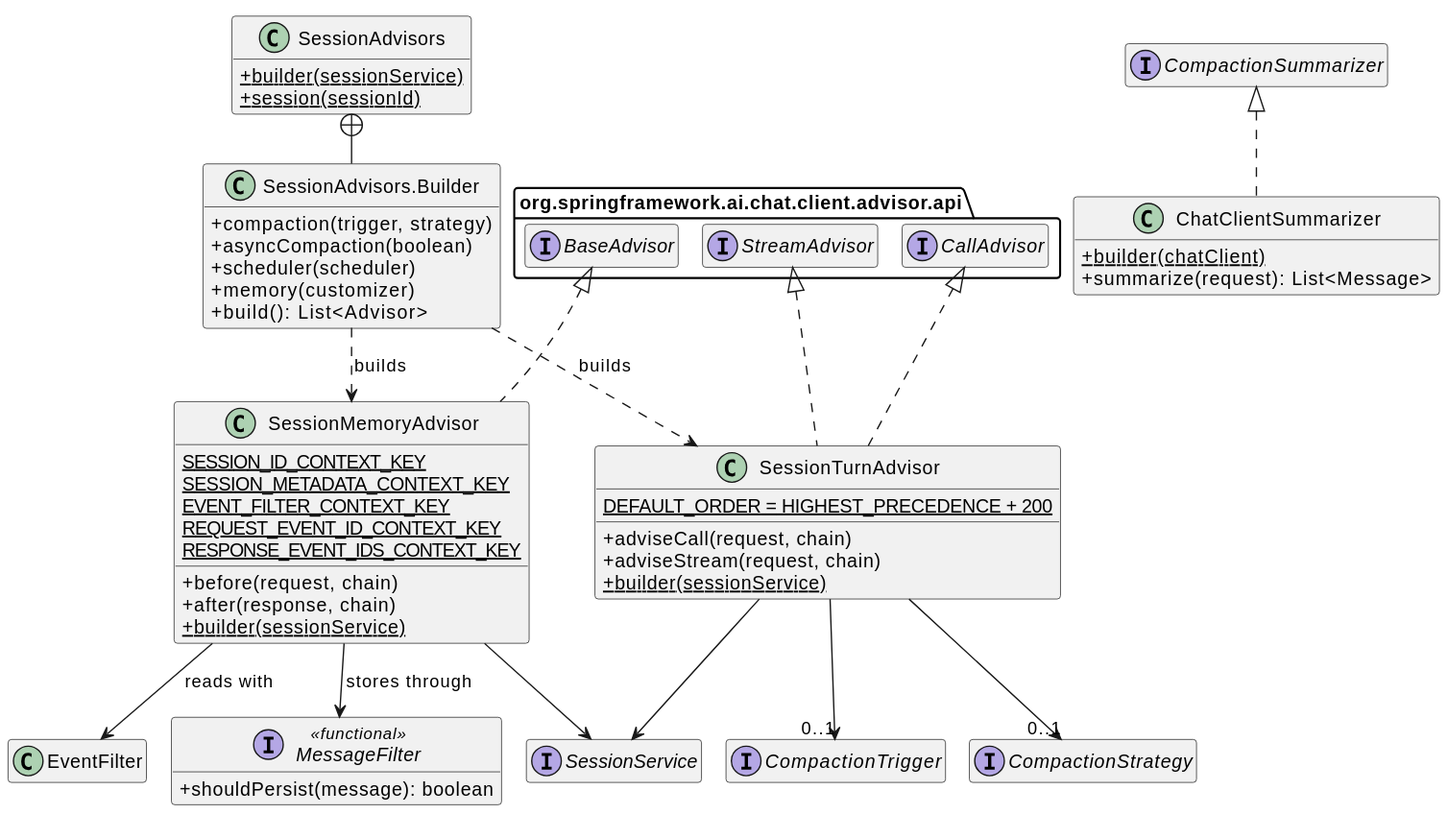
Earlier version of the PlantUML export spring-ai-docs/src/main/antora/modules/ROOT/images/session/session-advisors-classes.svg (spring-projects/spring-ai).
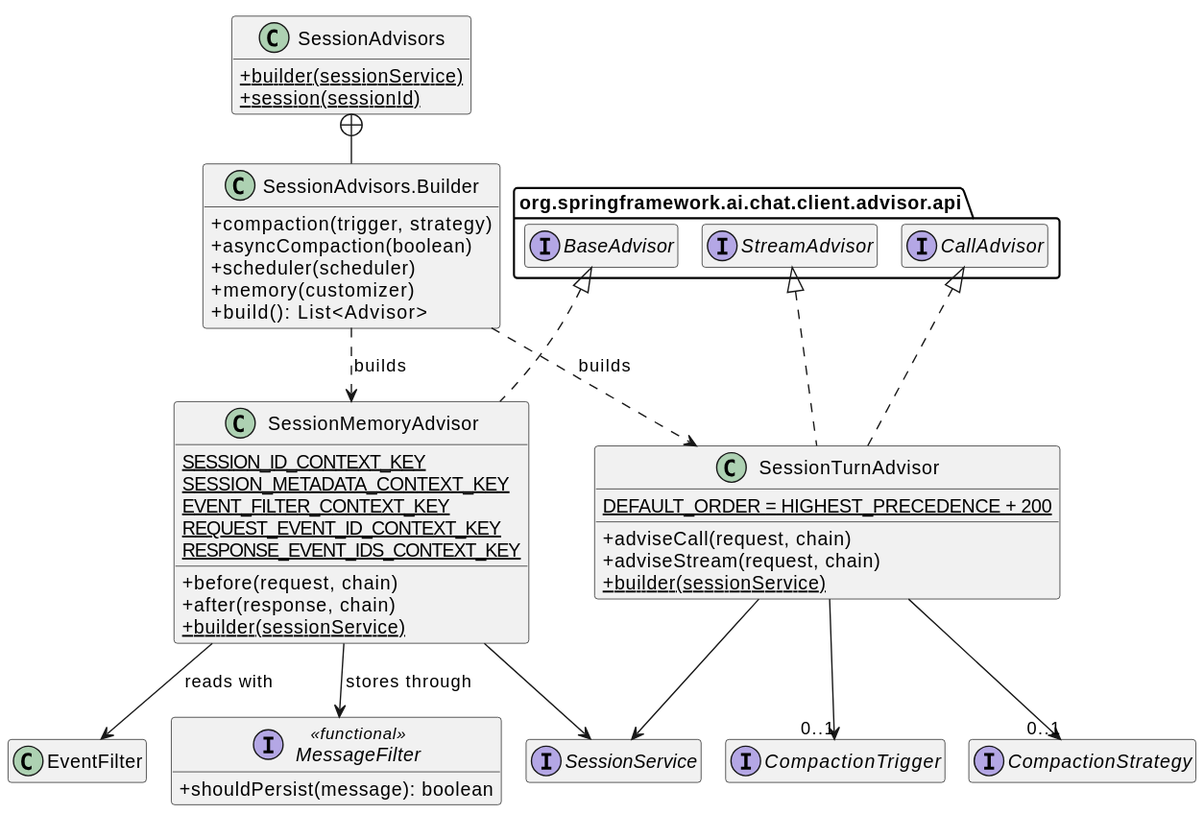
Above is the later version.

The edit, as a diff of the source:
```diff
@@ -38,10 +38,6 @@
   +after(response, chain)
   {static} +builder(sessionService)
 }
-class ChatClientSummarizer {
-  {static} +builder(chatClient)
-  +summarize(request): List<Message>
-}
 interface SessionService
 interface MessageFilter <<functional>> {
   +shouldPersist(message): boolean
@@ -49,7 +45,6 @@
 class EventFilter
 interface CompactionTrigger
 interface CompactionStrategy
-interface CompactionSummarizer
 
 CallAdvisor <|.. SessionTurnAdvisor
 StreamAdvisor <|.. SessionTurnAdvisor
@@ -63,5 +58,4 @@
 SessionMemoryAdvisor --> SessionService
 SessionMemoryAdvisor --> EventFilter : reads with
 SessionMemoryAdvisor --> MessageFilter : stores through
-CompactionSummarizer <|.. ChatClientSummarizer
 @enduml
```
